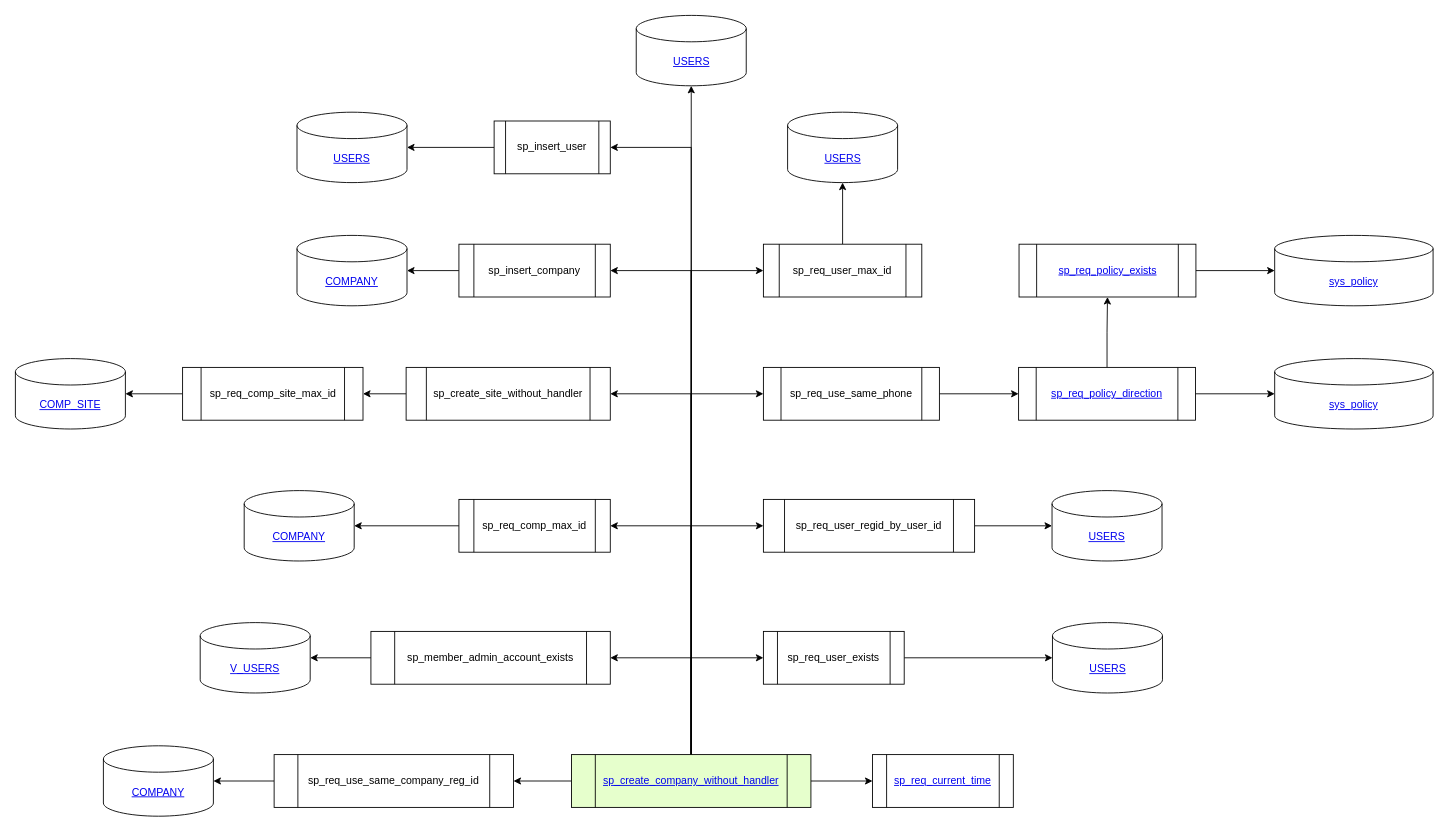
Earlier version of the draw.io diagram sp_create_company_without_handler.drawio (Leo-Nam/chium_draw). Source tidied: cells renumbered, new cells numbered last; positions are measured from the earlier drawing's top-left corner, leaving out a move shared by most shapes. Both pictures are drawn from the tidied source at 88%, with x=0, y=0 at pixel (15, 15).
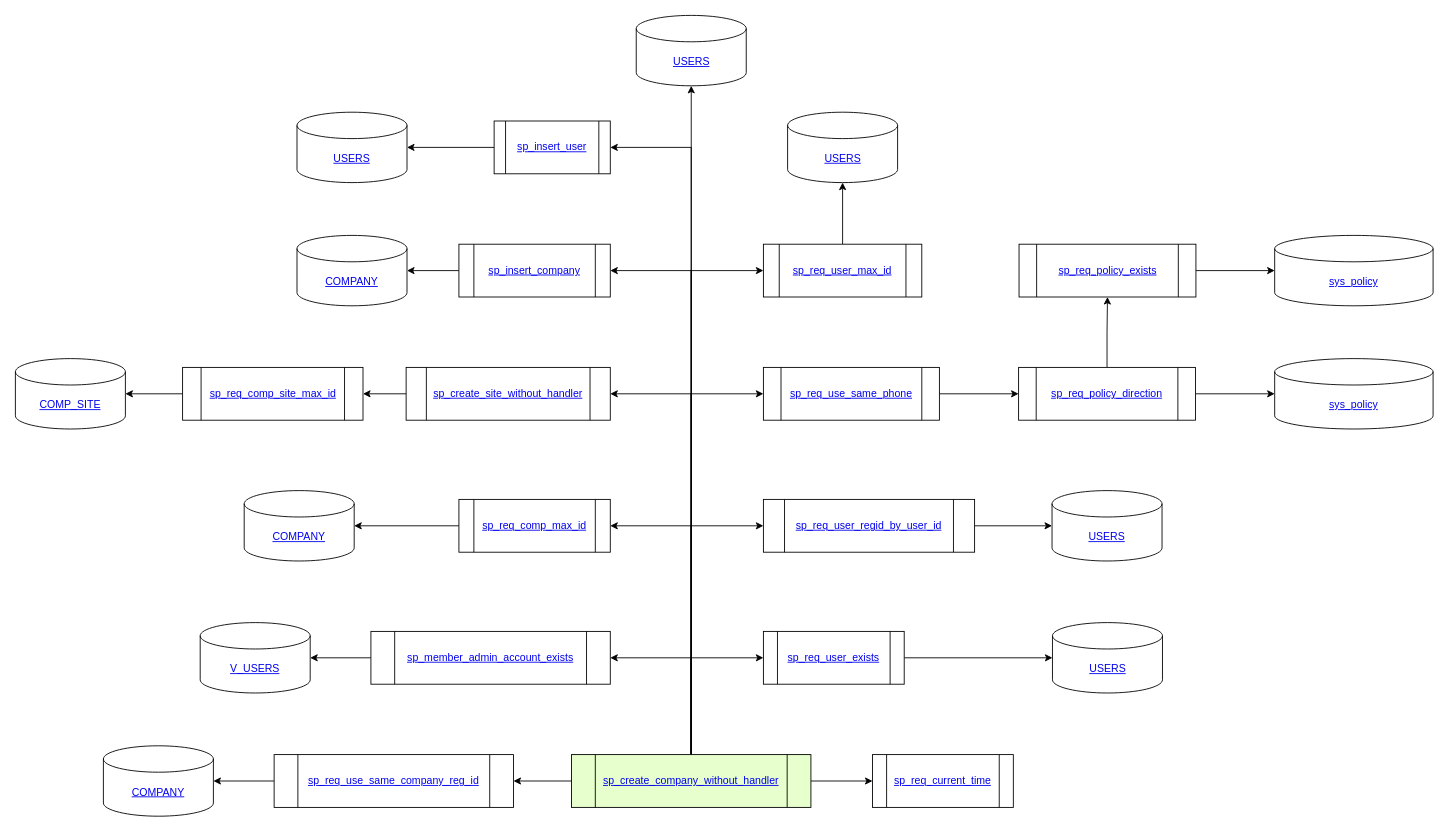
The same page after the edit.

Commit message (it also covers changes not shown here):
sp_insert_collector_wste_lists

Diff of the diagram source:
```diff
@@
-    <mxCell id="17" value="sp_req_use_same_company_reg_id" style="shape=process;whiteSpace=wrap;html=1;backgroundOutline=1;rounded=0;" parent="1" vertex="1">
+    <mxCell id="17" value="&lt;a href=&quot;https://github.com/Leo-Nam/chium_draw/blob/master/sp_req_use_same_company_reg_id.drawio&quot;&gt;sp_req_use_same_company_reg_id&lt;/a&gt;" style="shape=process;whiteSpace=wrap;html=1;backgroundOutline=1;rounded=0;" parent="1" vertex="1">
       <mxGeometry x="294" y="840" width="272" height="60" as="geometry" />
     </mxCell>
@@
-    <mxCell id="19" value="sp_req_user_exists" style="shape=process;whiteSpace=wrap;html=1;backgroundOutline=1;rounded=0;" parent="1" vertex="1">
+    <mxCell id="19" value="&lt;a href=&quot;https://github.com/Leo-Nam/chium_draw/blob/master/sp_req_user_exists.drawio&quot;&gt;sp_req_user_exists&lt;/a&gt;" style="shape=process;whiteSpace=wrap;html=1;backgroundOutline=1;rounded=0;" parent="1" vertex="1">
       <mxGeometry x="850" y="700" width="160" height="60" as="geometry" />
     </mxCell>
@@
-    <mxCell id="21" value="sp_member_admin_account_exists" style="shape=process;whiteSpace=wrap;html=1;backgroundOutline=1;rounded=0;" parent="1" vertex="1">
+    <mxCell id="21" value="&lt;a href=&quot;https://github.com/Leo-Nam/chium_draw/blob/master/sp_member_admin_account_exists.drawio&quot;&gt;sp_member_admin_account_exists&lt;/a&gt;" style="shape=process;whiteSpace=wrap;html=1;backgroundOutline=1;rounded=0;" parent="1" vertex="1">
       <mxGeometry x="404" y="700" width="272" height="60" as="geometry" />
     </mxCell>
@@
-    <mxCell id="23" value="sp_req_comp_max_id" style="shape=process;whiteSpace=wrap;html=1;backgroundOutline=1;rounded=0;" parent="1" vertex="1">
+    <mxCell id="23" value="&lt;a href=&quot;https://github.com/Leo-Nam/chium_draw/blob/master/sp_req_comp_max_id.drawio&quot;&gt;sp_req_comp_max_id&lt;/a&gt;" style="shape=process;whiteSpace=wrap;html=1;backgroundOutline=1;rounded=0;" parent="1" vertex="1">
       <mxGeometry x="504" y="550" width="172" height="60" as="geometry" />
     </mxCell>
@@
-    <mxCell id="25" value="sp_req_user_regid_by_user_id" style="shape=process;whiteSpace=wrap;html=1;backgroundOutline=1;rounded=0;" parent="1" vertex="1">
+    <mxCell id="25" value="&lt;a href=&quot;https://github.com/Leo-Nam/chium_draw/blob/master/sp_req_user_regid_by_user_id.drawio&quot;&gt;sp_req_user_regid_by_user_id&lt;/a&gt;" style="shape=process;whiteSpace=wrap;html=1;backgroundOutline=1;rounded=0;" parent="1" vertex="1">
       <mxGeometry x="850" y="550" width="240" height="60" as="geometry" />
     </mxCell>
@@
-    <mxCell id="27" value="sp_create_site_without_handler" style="shape=process;whiteSpace=wrap;html=1;backgroundOutline=1;rounded=0;" parent="1" vertex="1">
+    <mxCell id="27" value="&lt;a href=&quot;https://github.com/Leo-Nam/chium_draw/blob/master/sp_create_site_without_handler.drawio&quot;&gt;sp_create_site_without_handler&lt;/a&gt;" style="shape=process;whiteSpace=wrap;html=1;backgroundOutline=1;rounded=0;" parent="1" vertex="1">
       <mxGeometry x="444" y="400" width="232" height="60" as="geometry" />
     </mxCell>
@@
-    <mxCell id="29" value="sp_req_use_same_phone" style="shape=process;whiteSpace=wrap;html=1;backgroundOutline=1;rounded=0;" parent="1" vertex="1">
+    <mxCell id="29" value="&lt;a href=&quot;https://github.com/Leo-Nam/chium_draw/blob/master/sp_req_use_same_phone.drawio&quot;&gt;sp_req_use_same_phone&lt;/a&gt;" style="shape=process;whiteSpace=wrap;html=1;backgroundOutline=1;rounded=0;" parent="1" vertex="1">
       <mxGeometry x="850" y="400" width="200" height="60" as="geometry" />
     </mxCell>
@@
-    <mxCell id="31" value="sp_insert_company" style="shape=process;whiteSpace=wrap;html=1;backgroundOutline=1;rounded=0;" parent="1" vertex="1">
+    <mxCell id="31" value="&lt;a href=&quot;https://github.com/Leo-Nam/chium_draw/blob/master/sp_insert_company.drawio&quot;&gt;sp_insert_company&lt;/a&gt;" style="shape=process;whiteSpace=wrap;html=1;backgroundOutline=1;rounded=0;" parent="1" vertex="1">
       <mxGeometry x="504" y="260" width="172" height="60" as="geometry" />
     </mxCell>
@@
-    <mxCell id="33" value="sp_req_user_max_id" style="shape=process;whiteSpace=wrap;html=1;backgroundOutline=1;rounded=0;" parent="1" vertex="1">
+    <mxCell id="33" value="&lt;a href=&quot;https://github.com/Leo-Nam/chium_draw/blob/master/sp_req_user_max_id.drawio&quot;&gt;sp_req_user_max_id&lt;/a&gt;" style="shape=process;whiteSpace=wrap;html=1;backgroundOutline=1;rounded=0;" parent="1" vertex="1">
       <mxGeometry x="850" y="260" width="180" height="60" as="geometry" />
     </mxCell>
@@
-    <mxCell id="35" value="sp_insert_user" style="shape=process;whiteSpace=wrap;html=1;backgroundOutline=1;rounded=0;" parent="1" vertex="1">
+    <mxCell id="35" value="&lt;a href=&quot;https://github.com/Leo-Nam/chium_draw/blob/master/sp_insert_user.drawio&quot;&gt;sp_insert_user&lt;/a&gt;" style="shape=process;whiteSpace=wrap;html=1;backgroundOutline=1;rounded=0;" parent="1" vertex="1">
       <mxGeometry x="544" y="120" width="132" height="60" as="geometry" />
     </mxCell>
@@
-    <mxCell id="41" value="sp_req_comp_site_max_id" style="shape=process;whiteSpace=wrap;html=1;backgroundOutline=1;rounded=0;" parent="1" vertex="1">
+    <mxCell id="41" value="&lt;a href=&quot;https://github.com/Leo-Nam/chium_draw/blob/master/sp_req_comp_max_id.drawio&quot;&gt;sp_req_comp_site_max_id&lt;/a&gt;" style="shape=process;whiteSpace=wrap;html=1;backgroundOutline=1;rounded=0;" parent="1" vertex="1">
       <mxGeometry x="190" y="400" width="205" height="60" as="geometry" />
     </mxCell>
```
